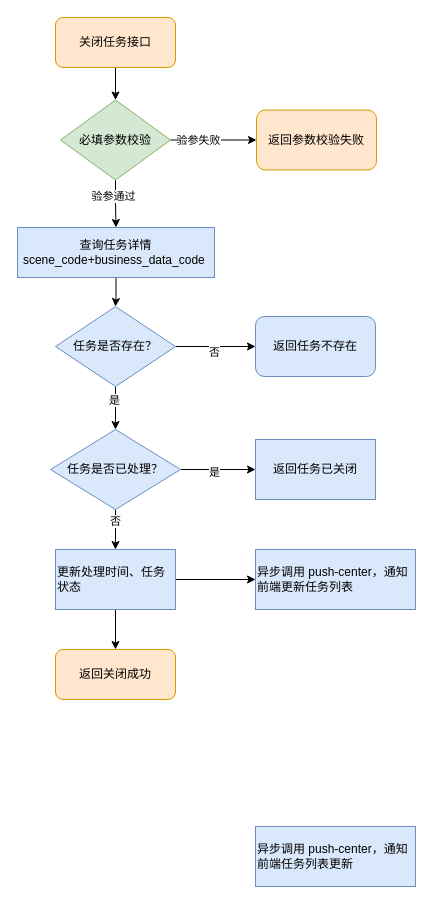
This is 我的任务-关闭.drawio from DongRuihua/draw, a draw.io file, before an edit. Source tidied: cells renumbered, new cells numbered last; positions are measured from the earlier drawing's top-left corner, leaving out a move shared by most shapes. Both pictures are drawn from the tidied source at 100%, with x=0, y=0 at pixel (17, 17).
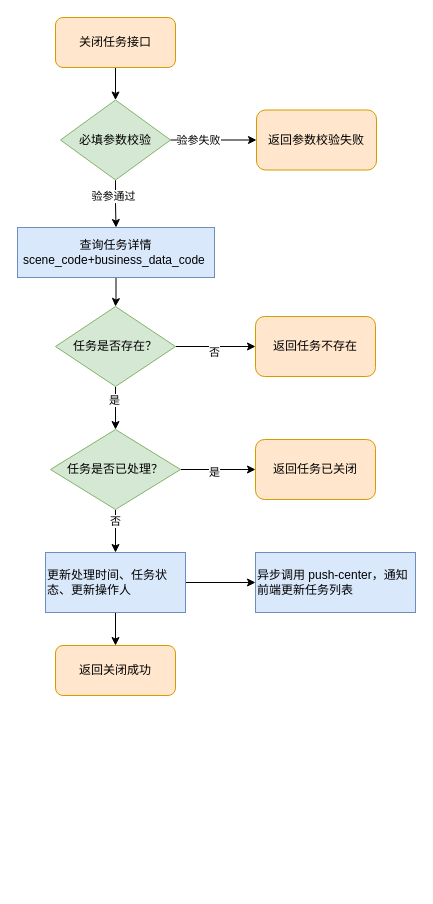
The same diagram, later.

Commit message:
更新我的任务-关闭.drawio

Change to the diagram source:
```diff
@@
-    <mxCell id="12" value="异步调用 push-center，通知前端任务列表更新" style="whiteSpace=wrap;html=1;fillColor=#dae8fc;strokeColor=#6c8ebf;rounded=0;align=left;" parent="1" vertex="1">
-      <mxGeometry x="238" y="809" width="160" height="60" as="geometry" />
-    </mxCell>
@@
-    <mxCell id="17" value="任务是否存在？" style="rhombus;whiteSpace=wrap;html=1;fillColor=#dae8fc;strokeColor=#6c8ebf;rounded=0;" parent="1" vertex="1">
+    <mxCell id="17" value="任务是否存在？" style="rhombus;whiteSpace=wrap;html=1;fillColor=#d5e8d4;strokeColor=#82b366;rounded=0;" parent="1" vertex="1">
       <mxGeometry x="38" y="289" width="120" height="80" as="geometry" />
     </mxCell>
-    <mxCell id="18" value="返回任务不存在" style="rounded=1;whiteSpace=wrap;html=1;fillColor=#dae8fc;strokeColor=#6c8ebf;" parent="1" vertex="1">
+    <mxCell id="18" value="返回任务不存在" style="rounded=1;whiteSpace=wrap;html=1;fillColor=#ffe6cc;strokeColor=#d79b00;" parent="1" vertex="1">
       <mxGeometry x="238" y="299" width="120" height="60" as="geometry" />
     </mxCell>
@@
-    <mxCell id="23" value="任务是否已处理？" style="rhombus;whiteSpace=wrap;html=1;fillColor=#dae8fc;strokeColor=#6c8ebf;rounded=0;" parent="1" vertex="1">
+    <mxCell id="23" value="任务是否已处理？" style="rhombus;whiteSpace=wrap;html=1;fillColor=#d5e8d4;strokeColor=#82b366;rounded=0;" parent="1" vertex="1">
       <mxGeometry x="33" y="412" width="130" height="80" as="geometry" />
     </mxCell>
-    <mxCell id="24" value="返回任务已关闭" style="rounded=0;whiteSpace=wrap;html=1;fillColor=#dae8fc;strokeColor=#6c8ebf;" parent="1" vertex="1">
+    <mxCell id="24" value="返回任务已关闭" style="rounded=1;whiteSpace=wrap;html=1;fillColor=#ffe6cc;strokeColor=#d79b00;" parent="1" vertex="1">
       <mxGeometry x="238" y="422" width="120" height="60" as="geometry" />
     </mxCell>
@@
-    <mxCell id="27" value="更新处理时间、任务状态" style="rounded=0;whiteSpace=wrap;html=1;fillColor=#dae8fc;strokeColor=#6c8ebf;align=left;" parent="1" vertex="1">
-      <mxGeometry x="38" y="532" width="120" height="60" as="geometry" />
+    <mxCell id="27" value="更新处理时间、任务状态、更新操作人" style="rounded=0;whiteSpace=wrap;html=1;fillColor=#dae8fc;strokeColor=#6c8ebf;align=left;" parent="1" vertex="1">
+      <mxGeometry x="28" y="535" width="140" height="60" as="geometry" />
     </mxCell>
     <mxCell id="28" value="异步调用 push-center，通知前端更新任务列表" style="whiteSpace=wrap;html=1;fillColor=#dae8fc;strokeColor=#6c8ebf;rounded=0;align=left;" parent="1" vertex="1">
-      <mxGeometry x="238" y="532" width="160" height="60" as="geometry" />
+      <mxGeometry x="238" y="535" width="160" height="60" as="geometry" />
     </mxCell>
     <mxCell id="29" value="返回关闭成功" style="rounded=1;whiteSpace=wrap;html=1;fillStyle=auto;fillColor=#ffe6cc;strokeColor=#d79b00;" parent="1" vertex="1">
-      <mxGeometry x="38" y="632" width="120" height="50" as="geometry" />
+      <mxGeometry x="38" y="628" width="120" height="50" as="geometry" />
     </mxCell>
```
